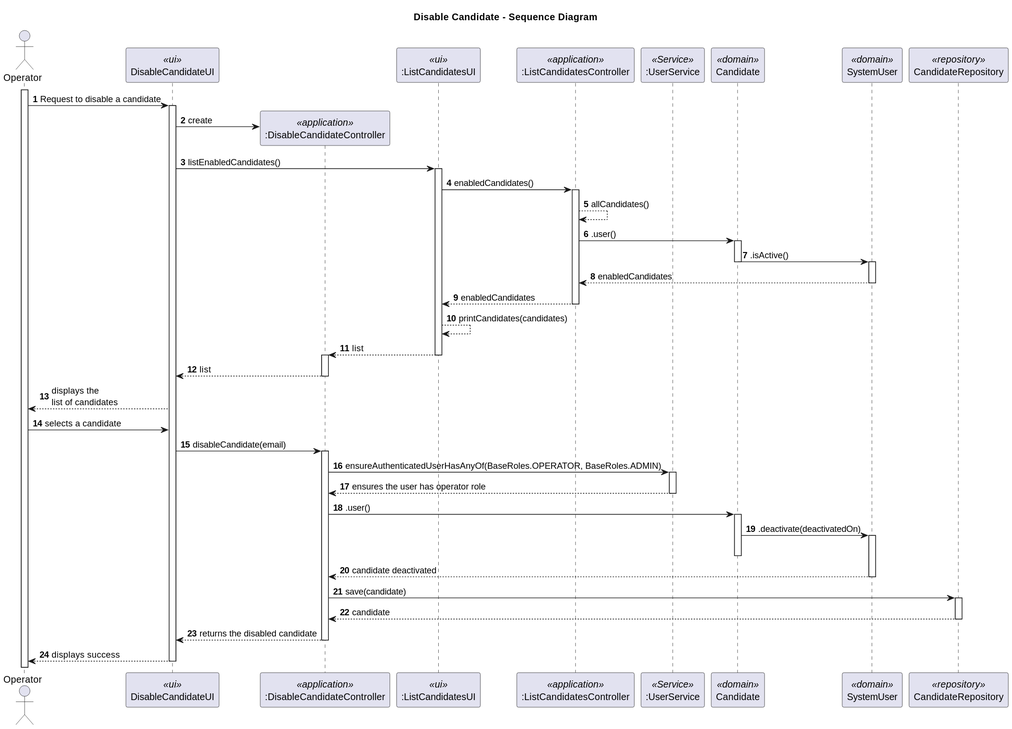
Above: docs/sprintC/2000b/svg/2000b-DisableCandidate-sequence-diagram.svg in marcoferreira37/Lapr4 (PlantUML), before the change.
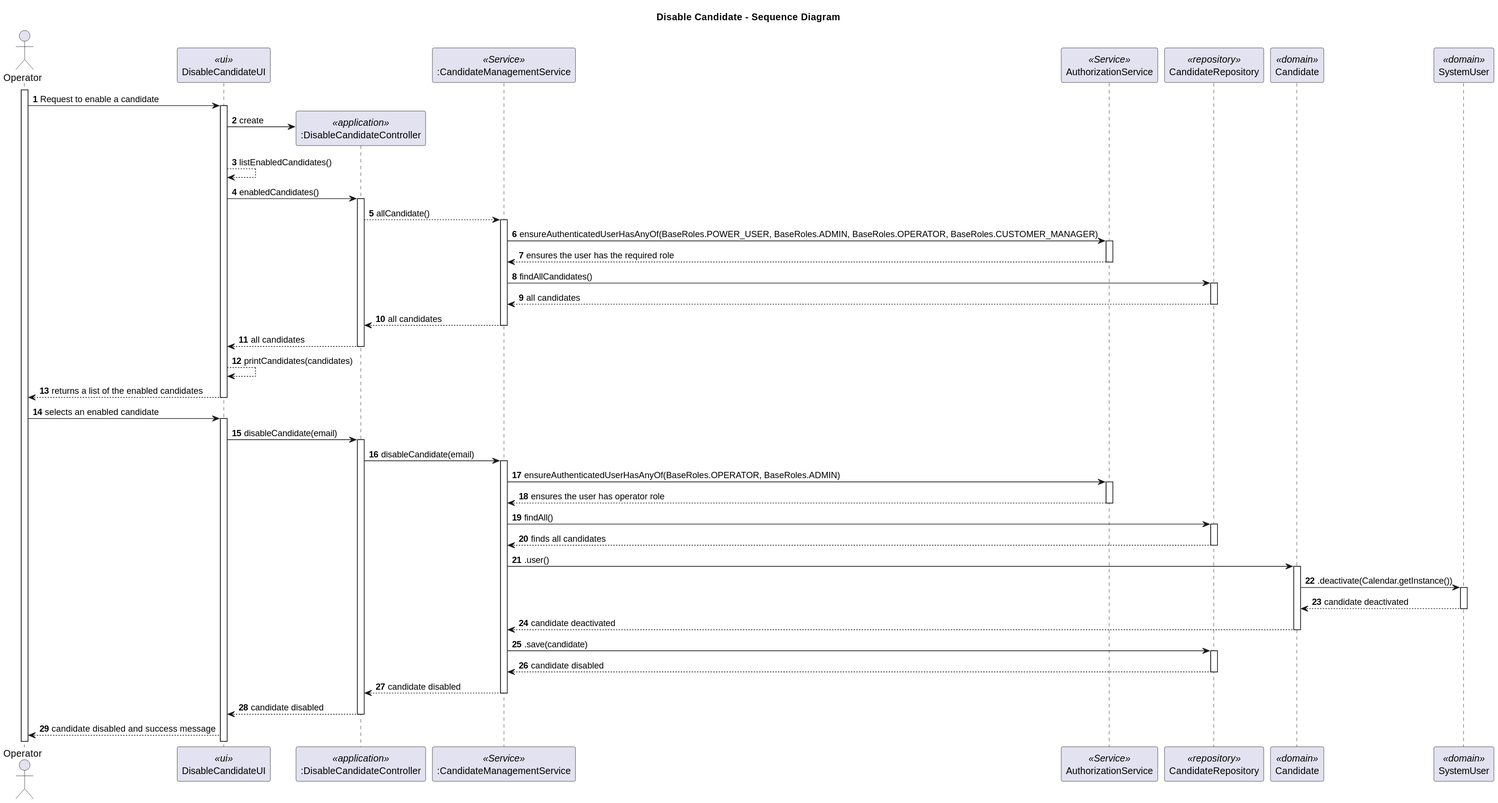
Later version of the same file.

Change to the diagram source:
```diff
@@ -5,61 +5,65 @@
 actor Operator as ADM
 participant "DisableCandidateUI" as UI <<ui>>
 participant ":DisableCandidateController" as CTRL <<application>>
-participant ":ListCandidatesUI" as LUI <<ui>>
-participant ":ListCandidatesController" as LCTRL <<application>>
-participant ":UserService" as AS <<Service>>
-participant "Candidate" as User <<domain>>
+participant ":CandidateManagementService" as CMS <<Service>>
+participant "AuthorizationService" as AS <<Service>>
+participant "CandidateRepository" as REPO <<repository>>
+participant "Candidate" as EU <<domain>>
 participant "SystemUser" as SYS <<domain>>
-participant "CandidateRepository" as REPO <<repository>>
-
 
 activate ADM
-ADM-> UI : Request to disable a candidate
+ADM-> UI : Request to enable a candidate
 activate UI
 UI -> CTRL** : create
-UI -> LUI: listEnabledCandidates()
+UI --> UI: listEnabledCandidates()
+UI-> CTRL :enabledCandidates()
+activate CTRL
+CTRL-->CMS: allCandidate()
+activate CMS
+CMS->AS: ensureAuthenticatedUserHasAnyOf(BaseRoles.POWER_USER, BaseRoles.ADMIN, BaseRoles.OPERATOR, BaseRoles.CUSTOMER_MANAGER)
+activate AS
+AS-->CMS: ensures the user has the required role
+deactivate AS
+CMS->REPO: findAllCandidates()
+activate REPO
+REPO-->CMS: all candidates
+deactivate REPO
+CMS-->CTRL: all candidates
+deactivate CMS
+CTRL-->UI: all candidates
 deactivate CTRL
-activate LUI
-LUI->LCTRL:enabledCandidates()
-activate LCTRL
-LCTRL-->LCTRL: allCandidates()
-LCTRL-> User: .user()
-activate User
-User-> SYS : .isActive()
-deactivate User
-activate SYS
-SYS-->LCTRL:enabledCandidates
-deactivate SYS
-LCTRL-->LUI:enabledCandidates
-deactivate LCTRL
-LUI-->LUI:printCandidates(candidates)
-LUI-->CTRL: list
-deactivate LUI
-activate CTRL
-CTRL-->UI:list
-deactivate CTRL
-UI --> ADM : displays the \nlist of candidates
-deactivate LUI
-ADM -> UI : selects a candidate
+UI-->UI: printCandidates(candidates)
+UI-->ADM: returns a list of the enabled candidates
+deactivate UI
+ADM -> UI : selects an enabled candidate
+activate UI
 UI -> CTRL : disableCandidate(email)
 activate CTRL
-CTRL-> AS:ensureAuthenticatedUserHasAnyOf(BaseRoles.OPERATOR, BaseRoles.ADMIN)
+CTRL->CMS: disableCandidate(email)
+activate CMS
+CMS->AS:ensureAuthenticatedUserHasAnyOf(BaseRoles.OPERATOR, BaseRoles.ADMIN)
 activate AS
-AS--> CTRL: ensures the user has operator role
+AS--> CMS: ensures the user has operator role
 deactivate AS
-CTRL->User :.user()
-activate User
-User->SYS: .deactivate(deactivatedOn)
+CMS->REPO: findAll()
+activate REPO
+REPO-->CMS: finds all candidates
+deactivate REPO
+CMS->EU:.user()
+activate EU
+EU->SYS:.deactivate(Calendar.getInstance())
 activate SYS
-deactivate User
-SYS--> CTRL: candidate deactivated
+SYS-->EU: candidate deactivated
 deactivate SYS
-CTRL->REPO : save(candidate)
+EU-->CMS: candidate deactivated
+deactivate EU
+CMS->REPO:.save(candidate)
 activate REPO
-REPO--> CTRL: candidate
+REPO-->CMS: candidate disabled
 deactivate REPO
-CTRL --> UI : returns the disabled candidate
+CMS-->CTRL: candidate disabled
+deactivate CMS
+CTRL-->UI: candidate disabled
 deactivate CTRL
-UI --> ADM : displays success
-deactivate UI
+UI-->ADM: candidate disabled and success message
 @enduml
```
